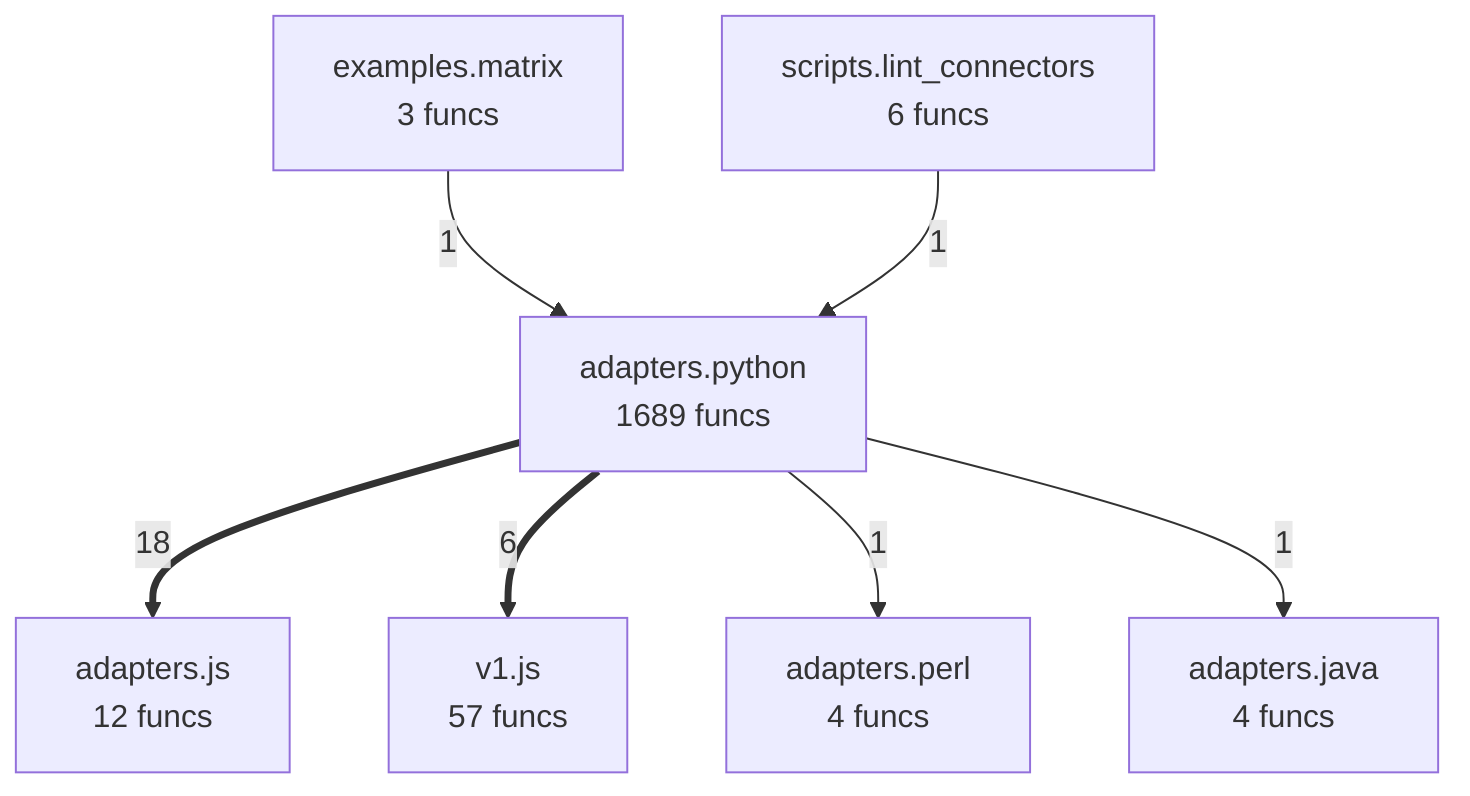
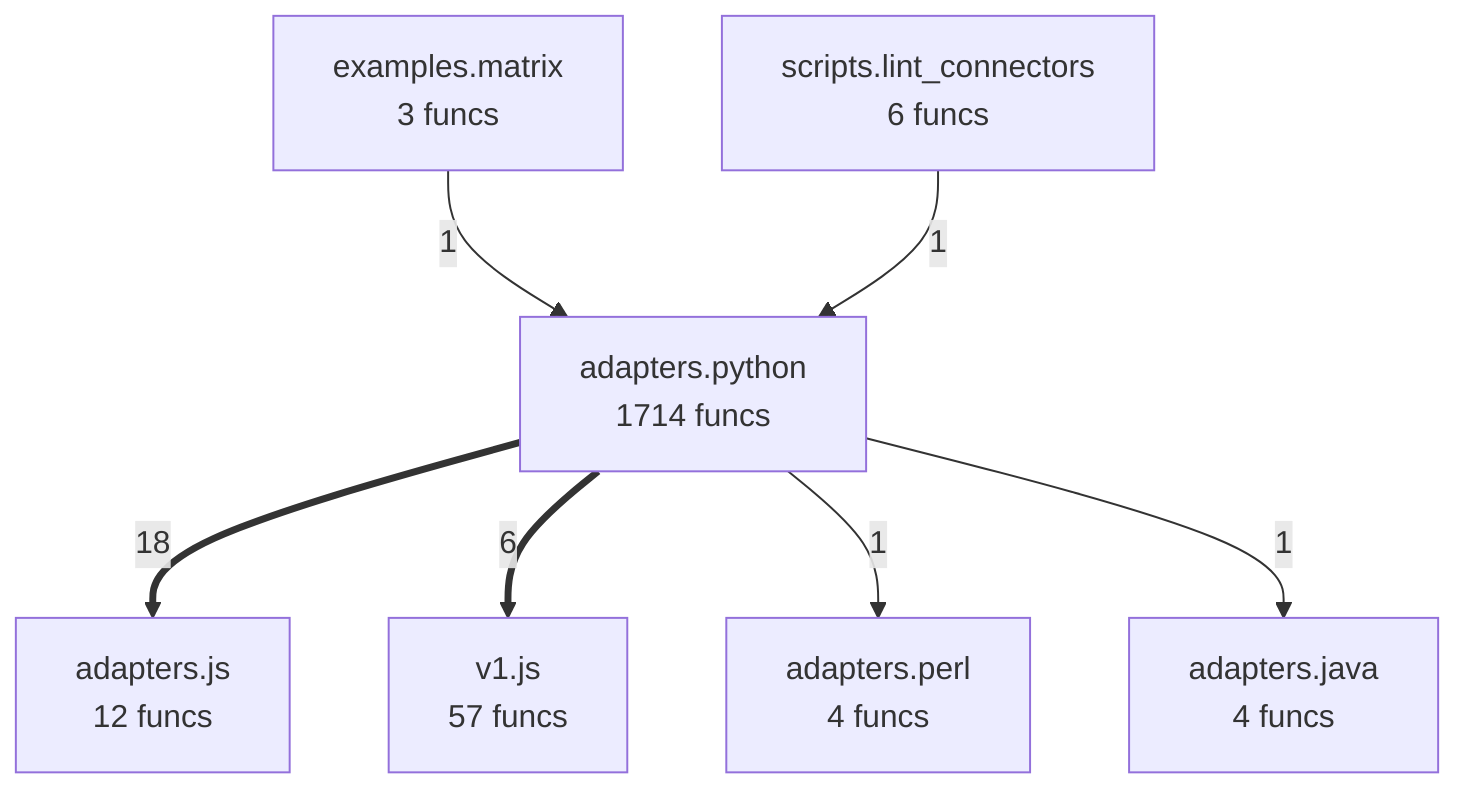
flowchart TD
%% generated in 0.05s
    adapters__java["adapters.java<br/>4 funcs"]
    adapters__js["adapters.js<br/>12 funcs"]
    adapters__perl["adapters.perl<br/>4 funcs"]
-     adapters__python["adapters.python<br/>1689 funcs"]
+     adapters__python["adapters.python<br/>1714 funcs"]
    examples__matrix["examples.matrix<br/>3 funcs"]
    scripts__lint_connectors["scripts.lint_connectors<br/>6 funcs"]
    v1__js["v1.js<br/>57 funcs"]
    adapters__python ==>|18| adapters__js
    adapters__python ==>|6| v1__js
    examples__matrix -->|1| adapters__python
    scripts__lint_connectors -->|1| adapters__python
    adapters__python -->|1| adapters__perl
    adapters__python -->|1| adapters__java
